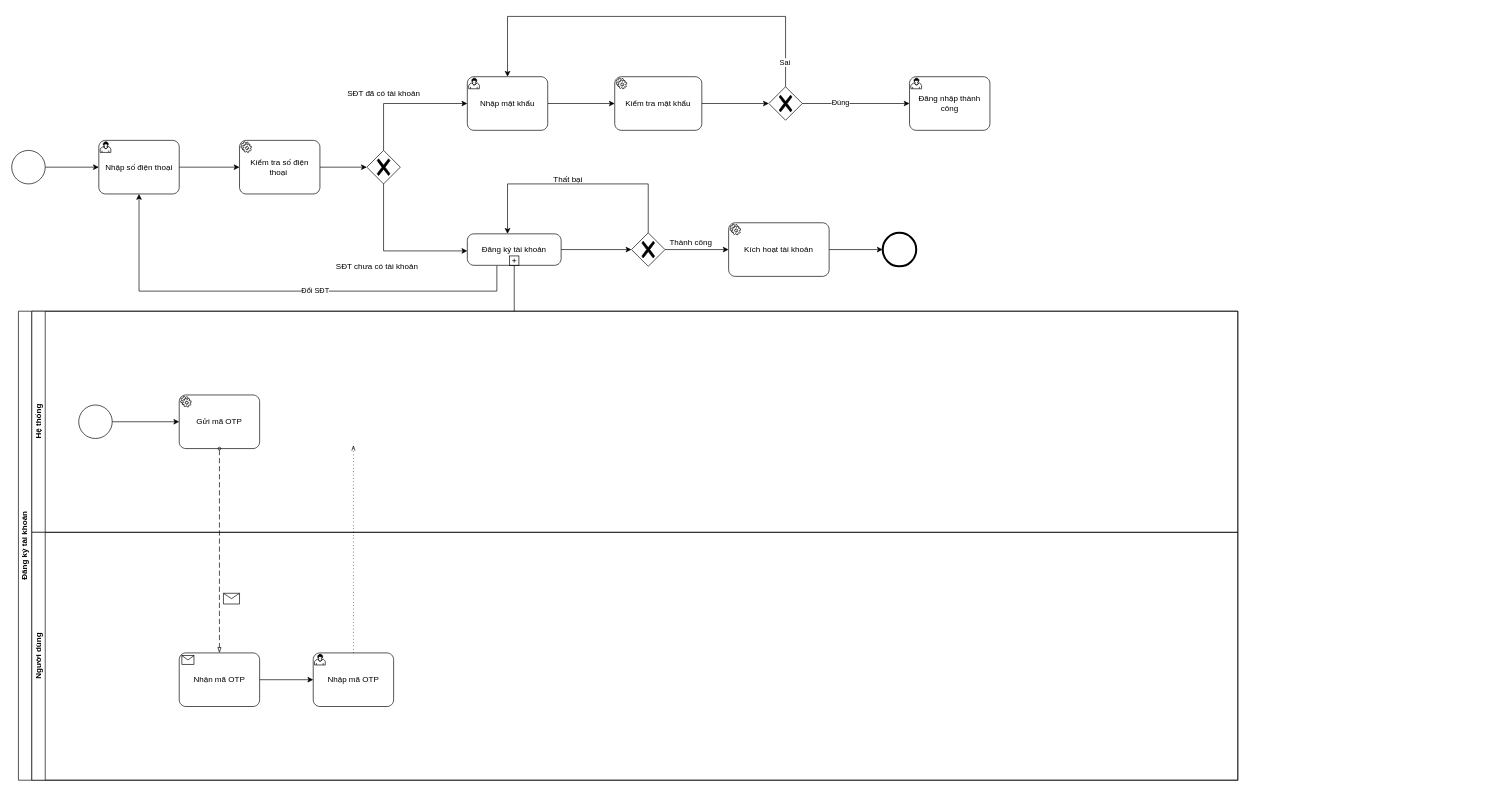
Before: page "Momo" (2 of 6) of Untitled Diagram.drawio in PanJr0109/PanJr0109, a draw.io diagram. Source tidied: cells renumbered, new cells numbered last; positions are measured from the earlier drawing's top-left corner, leaving out a move shared by most shapes. Both pictures are drawn from the tidied source at 67%, with x=0, y=0 at pixel (11, 16).
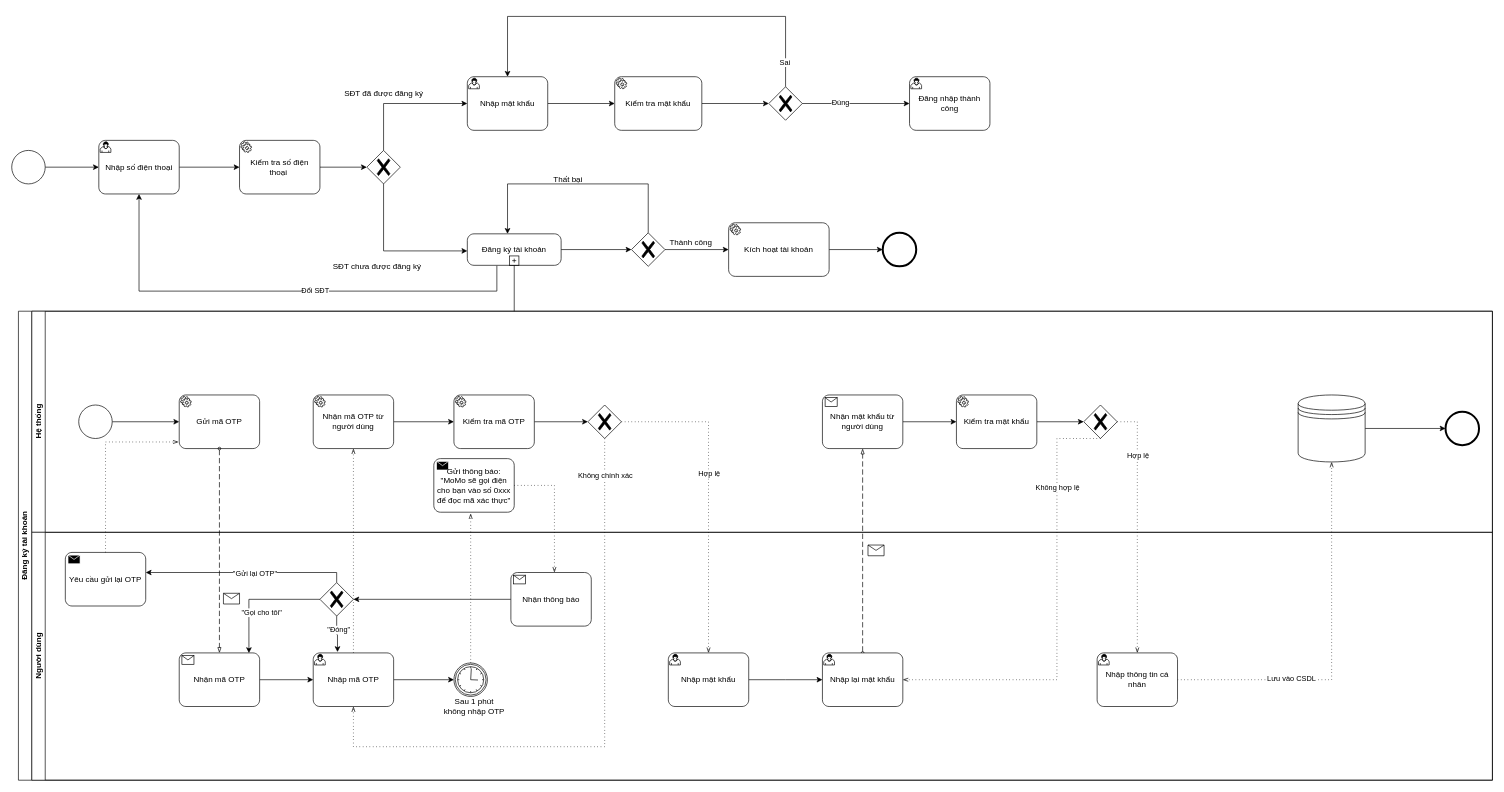
Above is the later version.

The change refers to these unchanged cells:
```xml
<mxCell id="31" value="Gửi mã OTP" style="points=[[0.25,0,0],[0.5,0,0],[0.75,0,0],[1,0.25,0],[1,0.5,0],[1,0.75,0],[0.75,1,0],[0.5,1,0],[0.25,1,0],[0,0.75,0],[0,0.5,0],[0,0.25,0]];shape=mxgraph.bpmn.task;whiteSpace=wrap;rectStyle=rounded;size=10;html=1;taskMarker=service;" parent="28" vertex="1">
  <mxGeometry x="220" y="125" width="120" height="80" as="geometry" />
</mxCell>
<mxCell id="34" value="Nhận mã OTP" style="points=[[0.25,0,0],[0.5,0,0],[0.75,0,0],[1,0.25,0],[1,0.5,0],[1,0.75,0],[0.75,1,0],[0.5,1,0],[0.25,1,0],[0,0.75,0],[0,0.5,0],[0,0.25,0]];shape=mxgraph.bpmn.task;whiteSpace=wrap;rectStyle=rounded;size=10;html=1;taskMarker=receive;" parent="32" vertex="1">
  <mxGeometry x="220" y="180" width="120" height="80" as="geometry" />
</mxCell>
<mxCell id="35" value="Nhập mã OTP" style="points=[[0.25,0,0],[0.5,0,0],[0.75,0,0],[1,0.25,0],[1,0.5,0],[1,0.75,0],[0.75,1,0],[0.5,1,0],[0.25,1,0],[0,0.75,0],[0,0.5,0],[0,0.25,0]];shape=mxgraph.bpmn.task;whiteSpace=wrap;rectStyle=rounded;size=10;html=1;taskMarker=user;" parent="32" vertex="1">
  <mxGeometry x="420" y="180" width="120" height="80" as="geometry" />
</mxCell>
```

The edit, as a diff of the source:
```diff
@@
-    <mxCell id="12" value="SĐT đã có tài khoản" style="text;html=1;align=center;verticalAlign=middle;strokeColor=none;fillColor=none;" parent="1" vertex="1">
-      <mxGeometry x="490" y="100" width="130" height="30" as="geometry" />
+    <mxCell id="12" value="SĐT đã được đăng ký" style="text;html=1;align=center;verticalAlign=middle;strokeColor=none;fillColor=none;" parent="1" vertex="1">
+      <mxGeometry x="485" y="100" width="140" height="30" as="geometry" />
     </mxCell>
-    <mxCell id="13" value="SĐT chưa có tài khoản" style="text;html=1;align=center;verticalAlign=middle;strokeColor=none;fillColor=none;" parent="1" vertex="1">
-      <mxGeometry x="470" y="358" width="150" height="30" as="geometry" />
+    <mxCell id="13" value="SĐT chưa được đăng ký" style="text;html=1;align=center;verticalAlign=middle;strokeColor=none;fillColor=none;" parent="1" vertex="1">
+      <mxGeometry x="465" y="358" width="160" height="30" as="geometry" />
     </mxCell>
@@
     <mxCell id="27" value="Đăng ký tài khoản" style="swimlane;html=1;horizontal=0;startSize=20;whiteSpace=wrap;" parent="1" vertex="1">
-      <mxGeometry x="10" y="440" width="1820" height="700" as="geometry" />
+      <mxGeometry x="10" y="440" width="2200" height="700" as="geometry" />
     </mxCell>
+    <mxCell id="47" style="edgeStyle=elbowEdgeStyle;fontSize=12;html=1;endFill=0;startFill=0;endSize=6;startSize=6;dashed=1;dashPattern=1 4;endArrow=openThin;startArrow=none;rounded=0;exitX=0.5;exitY=0;exitDx=0;exitDy=0;exitPerimeter=0;entryX=0.5;entryY=1;entryDx=0;entryDy=0;entryPerimeter=0;" parent="27" edge="1" source="35" target="55">
+      <mxGeometry relative="1" as="geometry" />
+    </mxCell>
+    <mxCell id="48" style="edgeStyle=elbowEdgeStyle;fontSize=12;html=1;endFill=0;startFill=0;endSize=6;startSize=6;dashed=1;dashPattern=1 4;endArrow=openThin;startArrow=none;rounded=0;exitX=0.5;exitY=1;exitDx=0;exitDy=0;exitPerimeter=0;entryX=0.5;entryY=1;entryDx=0;entryDy=0;entryPerimeter=0;" parent="27" edge="1" source="58" target="35">
+      <mxGeometry relative="1" as="geometry">
+        <Array as="points">
+          <mxPoint x="710" y="650" />
+          <mxPoint x="880" y="310" />
+        </Array>
+      </mxGeometry>
+    </mxCell>
+    <mxCell id="49" value="Không chính xác" style="edgeLabel;html=1;align=center;verticalAlign=middle;" parent="48" vertex="1">
+      <mxGeometry x="-0.88" relative="1" as="geometry" />
+    </mxCell>
+    <mxCell id="50" style="edgeStyle=elbowEdgeStyle;fontSize=12;html=1;endFill=0;startFill=0;endSize=6;startSize=6;dashed=1;dashPattern=1 4;endArrow=openThin;startArrow=none;rounded=0;exitX=1;exitY=0.5;exitDx=0;exitDy=0;exitPerimeter=0;entryX=0.5;entryY=0;entryDx=0;entryDy=0;entryPerimeter=0;" parent="27" edge="1" source="58" target="78">
+      <mxGeometry relative="1" as="geometry">
+        <Array as="points">
+          <mxPoint x="1030" y="360" />
+        </Array>
+      </mxGeometry>
+    </mxCell>
+    <mxCell id="51" value="Hợp lệ" style="edgeLabel;html=1;align=center;verticalAlign=middle;" parent="50" vertex="1">
+      <mxGeometry x="-0.13" y="1" relative="1" as="geometry">
+        <mxPoint x="-1" as="offset" />
+      </mxGeometry>
+    </mxCell>
+    <mxCell id="52" style="endArrow=blockThin;html=1;labelPosition=left;verticalLabelPosition=middle;align=right;verticalAlign=middle;dashed=1;dashPattern=8 4;endFill=0;startArrow=oval;startFill=0;endSize=6;startSize=4;rounded=0;exitX=0.5;exitY=0;exitDx=0;exitDy=0;exitPerimeter=0;entryX=0.5;entryY=1;entryDx=0;entryDy=0;entryPerimeter=0;" parent="27" edge="1" source="79">
+      <mxGeometry relative="1" as="geometry">
+        <mxPoint x="1260" y="205" as="targetPoint" />
+      </mxGeometry>
+    </mxCell>
+    <mxCell id="53" style="shape=message;html=1;labelPosition=left;verticalLabelPosition=middle;align=right;verticalAlign=middle;spacingRight=5;labelBackgroundColor=#ffffff;" parent="52" vertex="1">
+      <mxGeometry width="24" height="16" relative="1" as="geometry">
+        <mxPoint x="8" y="-8" as="offset" />
+      </mxGeometry>
+    </mxCell>
     <mxCell id="28" value="Hệ thống" style="swimlane;html=1;startSize=20;horizontal=0;" parent="27" vertex="1">
-      <mxGeometry x="20" width="1800" height="330" as="geometry" />
+      <mxGeometry x="20" width="2180" height="330" as="geometry" />
     </mxCell>
@@
+    <mxCell id="54" style="edgeStyle=orthogonalEdgeStyle;rounded=0;jettySize=auto;html=1;entryX=0;entryY=0.5;entryDx=0;entryDy=0;entryPerimeter=0;" parent="28" edge="1" source="55" target="57">
+      <mxGeometry relative="1" as="geometry" />
+    </mxCell>
+    <mxCell id="55" value="Nhận mã OTP từ người dùng" style="points=[[0.25,0,0],[0.5,0,0],[0.75,0,0],[1,0.25,0],[1,0.5,0],[1,0.75,0],[0.75,1,0],[0.5,1,0],[0.25,1,0],[0,0.75,0],[0,0.5,0],[0,0.25,0]];shape=mxgraph.bpmn.task;whiteSpace=wrap;rectStyle=rounded;size=10;html=1;taskMarker=service;" parent="28" vertex="1">
+      <mxGeometry x="420" y="125" width="120" height="80" as="geometry" />
+    </mxCell>
+    <mxCell id="56" style="edgeStyle=orthogonalEdgeStyle;rounded=0;jettySize=auto;html=1;entryX=0;entryY=0.5;entryDx=0;entryDy=0;entryPerimeter=0;" parent="28" edge="1" source="57" target="58">
+      <mxGeometry relative="1" as="geometry" />
+    </mxCell>
+    <mxCell id="57" value="Kiểm tra mã OTP" style="points=[[0.25,0,0],[0.5,0,0],[0.75,0,0],[1,0.25,0],[1,0.5,0],[1,0.75,0],[0.75,1,0],[0.5,1,0],[0.25,1,0],[0,0.75,0],[0,0.5,0],[0,0.25,0]];shape=mxgraph.bpmn.task;whiteSpace=wrap;rectStyle=rounded;size=10;html=1;taskMarker=service;" parent="28" vertex="1">
+      <mxGeometry x="630" y="125" width="120" height="80" as="geometry" />
+    </mxCell>
+    <mxCell id="58" style="points=[[0.25,0.25,0],[0.5,0,0],[0.75,0.25,0],[1,0.5,0],[0.75,0.75,0],[0.5,1,0],[0.25,0.75,0],[0,0.5,0]];shape=mxgraph.bpmn.gateway2;html=1;verticalLabelPosition=bottom;labelBackgroundColor=#ffffff;verticalAlign=top;align=center;perimeter=rhombusPerimeter;outlineConnect=0;outline=none;symbol=none;gwType=exclusive;" parent="28" vertex="1">
+      <mxGeometry x="830" y="140" width="50" height="50" as="geometry" />
+    </mxCell>
+    <mxCell id="59" style="edgeStyle=orthogonalEdgeStyle;rounded=0;jettySize=auto;html=1;entryX=0;entryY=0.5;entryDx=0;entryDy=0;entryPerimeter=0;" parent="28" edge="1" source="60" target="62">
+      <mxGeometry relative="1" as="geometry" />
+    </mxCell>
+    <mxCell id="60" value="Nhận mật khẩu từ người dùng" style="points=[[0.25,0,0],[0.5,0,0],[0.75,0,0],[1,0.25,0],[1,0.5,0],[1,0.75,0],[0.75,1,0],[0.5,1,0],[0.25,1,0],[0,0.75,0],[0,0.5,0],[0,0.25,0]];shape=mxgraph.bpmn.task;whiteSpace=wrap;rectStyle=rounded;size=10;html=1;taskMarker=receive;" parent="28" vertex="1">
+      <mxGeometry x="1180" y="125" width="120" height="80" as="geometry" />
+    </mxCell>
+    <mxCell id="61" style="edgeStyle=orthogonalEdgeStyle;rounded=0;jettySize=auto;html=1;" parent="28" edge="1" source="62" target="63">
+      <mxGeometry relative="1" as="geometry" />
+    </mxCell>
+    <mxCell id="62" value="Kiểm tra mật khẩu" style="points=[[0.25,0,0],[0.5,0,0],[0.75,0,0],[1,0.25,0],[1,0.5,0],[1,0.75,0],[0.75,1,0],[0.5,1,0],[0.25,1,0],[0,0.75,0],[0,0.5,0],[0,0.25,0]];shape=mxgraph.bpmn.task;whiteSpace=wrap;rectStyle=rounded;size=10;html=1;taskMarker=service;" parent="28" vertex="1">
+      <mxGeometry x="1380" y="125" width="120" height="80" as="geometry" />
+    </mxCell>
+    <mxCell id="63" style="points=[[0.25,0.25,0],[0.5,0,0],[0.75,0.25,0],[1,0.5,0],[0.75,0.75,0],[0.5,1,0],[0.25,0.75,0],[0,0.5,0]];shape=mxgraph.bpmn.gateway2;html=1;verticalLabelPosition=bottom;labelBackgroundColor=#ffffff;verticalAlign=top;align=center;perimeter=rhombusPerimeter;outlineConnect=0;outline=none;symbol=none;gwType=exclusive;" parent="28" vertex="1">
+      <mxGeometry x="1570" y="140" width="50" height="50" as="geometry" />
+    </mxCell>
+    <mxCell id="64" style="edgeStyle=orthogonalEdgeStyle;rounded=0;jettySize=auto;html=1;exitX=1;exitY=0.5;exitDx=0;exitDy=0;entryX=0;entryY=0.5;entryDx=0;entryDy=0;entryPerimeter=0;" parent="28" edge="1" source="65" target="66">
+      <mxGeometry relative="1" as="geometry" />
+    </mxCell>
+    <mxCell id="65" style="shape=datastore;html=1;labelPosition=center;verticalLabelPosition=bottom;align=center;verticalAlign=top;" parent="28" vertex="1">
+      <mxGeometry x="1890" y="125" width="100" height="100" as="geometry" />
+    </mxCell>
+    <mxCell id="66" style="points=[[0.145,0.145,0],[0.5,0,0],[0.855,0.145,0],[1,0.5,0],[0.855,0.855,0],[0.5,1,0],[0.145,0.855,0],[0,0.5,0]];shape=mxgraph.bpmn.event;html=1;verticalLabelPosition=bottom;labelBackgroundColor=#ffffff;verticalAlign=top;align=center;perimeter=ellipsePerimeter;outlineConnect=0;outline=end;symbol=terminate2;" parent="28" vertex="1">
+      <mxGeometry x="2110" y="150" width="50" height="50" as="geometry" />
+    </mxCell>
+    <mxCell id="67" value="Gửi thông báo:&lt;br&gt;&quot;MoMo sẽ gọi điện cho bạn vào số 0xxx để đọc mã xác thực&quot;" style="points=[[0.25,0,0],[0.5,0,0],[0.75,0,0],[1,0.25,0],[1,0.5,0],[1,0.75,0],[0.75,1,0],[0.5,1,0],[0.25,1,0],[0,0.75,0],[0,0.5,0],[0,0.25,0]];shape=mxgraph.bpmn.task;whiteSpace=wrap;rectStyle=rounded;size=10;html=1;taskMarker=send;" parent="28" vertex="1">
+      <mxGeometry x="600" y="220" width="120" height="80" as="geometry" />
+    </mxCell>
+    <mxCell id="68" style="edgeStyle=elbowEdgeStyle;fontSize=12;html=1;endFill=0;startFill=0;endSize=6;startSize=6;dashed=1;dashPattern=1 4;endArrow=openThin;startArrow=none;rounded=0;exitX=1;exitY=0.5;exitDx=0;exitDy=0;exitPerimeter=0;" parent="27" edge="1" source="63">
+      <mxGeometry relative="1" as="geometry">
+        <mxPoint x="1670" y="510" as="targetPoint" />
+        <Array as="points">
+          <mxPoint x="1670" y="200" />
+        </Array>
+      </mxGeometry>
+    </mxCell>
+    <mxCell id="69" value="Hợp lệ" style="edgeLabel;html=1;align=center;verticalAlign=middle;" parent="68" vertex="1">
+      <mxGeometry x="-0.58" relative="1" as="geometry" />
+    </mxCell>
+    <mxCell id="70" style="edgeStyle=elbowEdgeStyle;fontSize=12;html=1;endFill=0;startFill=0;endSize=6;startSize=6;dashed=1;dashPattern=1 4;endArrow=openThin;startArrow=none;rounded=0;exitX=0.5;exitY=1;exitDx=0;exitDy=0;exitPerimeter=0;entryX=1;entryY=0.5;entryDx=0;entryDy=0;entryPerimeter=0;" parent="27" edge="1" source="63" target="79">
+      <mxGeometry relative="1" as="geometry">
+        <Array as="points">
+          <mxPoint x="1550" y="230" />
+          <mxPoint x="1480" y="360" />
+          <mxPoint x="1680" y="210" />
+        </Array>
+      </mxGeometry>
+    </mxCell>
+    <mxCell id="71" value="Không hợp lệ" style="edgeLabel;html=1;align=center;verticalAlign=middle;" parent="70" vertex="1">
+      <mxGeometry x="-0.58" relative="1" as="geometry" />
+    </mxCell>
+    <mxCell id="72" style="edgeStyle=elbowEdgeStyle;fontSize=12;html=1;endFill=0;startFill=0;endSize=6;startSize=6;dashed=1;dashPattern=1 4;endArrow=openThin;startArrow=none;rounded=0;exitX=1;exitY=0.5;exitDx=0;exitDy=0;exitPerimeter=0;entryX=0.5;entryY=1;entryDx=0;entryDy=0;" parent="27" edge="1" source="80" target="65">
+      <mxGeometry relative="1" as="geometry">
+        <Array as="points">
+          <mxPoint x="1960" y="350" />
+        </Array>
+      </mxGeometry>
+    </mxCell>
+    <mxCell id="73" value="Lưu vào CSDL" style="edgeLabel;html=1;align=center;verticalAlign=middle;" parent="72" vertex="1">
+      <mxGeometry x="-0.39" y="2" relative="1" as="geometry" />
+    </mxCell>
+    <mxCell id="74" style="edgeStyle=elbowEdgeStyle;fontSize=12;html=1;endFill=0;startFill=0;endSize=6;startSize=6;dashed=1;dashPattern=1 4;endArrow=openThin;startArrow=none;rounded=0;exitX=0.5;exitY=0;exitDx=0;exitDy=0;exitPerimeter=0;entryX=0.459;entryY=1.025;entryDx=0;entryDy=0;entryPerimeter=0;" parent="27" edge="1" source="81" target="67">
+      <mxGeometry relative="1" as="geometry" />
+    </mxCell>
+    <mxCell id="75" style="edgeStyle=elbowEdgeStyle;fontSize=12;html=1;endFill=0;startFill=0;endSize=6;startSize=6;dashed=1;dashPattern=1 4;endArrow=openThin;startArrow=none;rounded=0;exitX=1;exitY=0.5;exitDx=0;exitDy=0;exitPerimeter=0;entryX=0.546;entryY=-0.002;entryDx=0;entryDy=0;entryPerimeter=0;" parent="27" edge="1" source="67" target="84">
+      <mxGeometry relative="1" as="geometry">
+        <Array as="points">
+          <mxPoint x="800" y="390" />
+          <mxPoint x="800" y="300" />
+        </Array>
+      </mxGeometry>
+    </mxCell>
     <mxCell id="32" value="Người dùng" style="swimlane;html=1;startSize=20;horizontal=0;" parent="27" vertex="1">
-      <mxGeometry x="20" y="330" width="1800" height="370" as="geometry" />
+      <mxGeometry x="20" y="330" width="2180" height="370" as="geometry" />
     </mxCell>
@@
+    <mxCell id="76" style="edgeStyle=orthogonalEdgeStyle;rounded=0;jettySize=auto;html=1;exitX=1;exitY=0.5;exitDx=0;exitDy=0;exitPerimeter=0;entryX=0;entryY=0.5;entryDx=0;entryDy=0;entryPerimeter=0;" parent="32" edge="1" source="35" target="81">
+      <mxGeometry relative="1" as="geometry" />
+    </mxCell>
@@
+    <mxCell id="77" style="edgeStyle=orthogonalEdgeStyle;rounded=0;jettySize=auto;html=1;" parent="32" edge="1" source="78">
+      <mxGeometry relative="1" as="geometry">
+        <mxPoint x="1180" y="220" as="targetPoint" />
+      </mxGeometry>
+    </mxCell>
+    <mxCell id="78" value="Nhập mật khẩu" style="points=[[0.25,0,0],[0.5,0,0],[0.75,0,0],[1,0.25,0],[1,0.5,0],[1,0.75,0],[0.75,1,0],[0.5,1,0],[0.25,1,0],[0,0.75,0],[0,0.5,0],[0,0.25,0]];shape=mxgraph.bpmn.task;whiteSpace=wrap;rectStyle=rounded;size=10;html=1;taskMarker=user;" parent="32" vertex="1">
+      <mxGeometry x="950" y="180" width="120" height="80" as="geometry" />
+    </mxCell>
+    <mxCell id="79" value="Nhập lại mật khẩu" style="points=[[0.25,0,0],[0.5,0,0],[0.75,0,0],[1,0.25,0],[1,0.5,0],[1,0.75,0],[0.75,1,0],[0.5,1,0],[0.25,1,0],[0,0.75,0],[0,0.5,0],[0,0.25,0]];shape=mxgraph.bpmn.task;whiteSpace=wrap;rectStyle=rounded;size=10;html=1;taskMarker=user;" parent="32" vertex="1">
+      <mxGeometry x="1180" y="180" width="120" height="80" as="geometry" />
+    </mxCell>
+    <mxCell id="80" value="Nhập thông tin cá nhân" style="points=[[0.25,0,0],[0.5,0,0],[0.75,0,0],[1,0.25,0],[1,0.5,0],[1,0.75,0],[0.75,1,0],[0.5,1,0],[0.25,1,0],[0,0.75,0],[0,0.5,0],[0,0.25,0]];shape=mxgraph.bpmn.task;whiteSpace=wrap;rectStyle=rounded;size=10;html=1;taskMarker=user;" parent="32" vertex="1">
+      <mxGeometry x="1590" y="180" width="120" height="80" as="geometry" />
+    </mxCell>
+    <mxCell id="81" style="points=[[0.145,0.145,0],[0.5,0,0],[0.855,0.145,0],[1,0.5,0],[0.855,0.855,0],[0.5,1,0],[0.145,0.855,0],[0,0.5,0]];shape=mxgraph.bpmn.event;html=1;verticalLabelPosition=bottom;labelBackgroundColor=#ffffff;verticalAlign=top;align=center;perimeter=ellipsePerimeter;outlineConnect=0;outline=catching;symbol=timer;" parent="32" vertex="1">
+      <mxGeometry x="630" y="195" width="50" height="50" as="geometry" />
+    </mxCell>
+    <mxCell id="82" value="Sau 1 phút &lt;br&gt;không nhập OTP" style="text;html=1;align=center;verticalAlign=middle;strokeColor=none;fillColor=none;" parent="32" vertex="1">
+      <mxGeometry x="605" y="240" width="110" height="40" as="geometry" />
+    </mxCell>
+    <mxCell id="83" style="edgeStyle=orthogonalEdgeStyle;rounded=0;jettySize=auto;html=1;exitX=0;exitY=0.5;exitDx=0;exitDy=0;exitPerimeter=0;entryX=1;entryY=0.5;entryDx=0;entryDy=0;entryPerimeter=0;" parent="32" edge="1" source="84" target="91">
+      <mxGeometry relative="1" as="geometry" />
+    </mxCell>
+    <mxCell id="84" value="Nhận thông báo" style="points=[[0.25,0,0],[0.5,0,0],[0.75,0,0],[1,0.25,0],[1,0.5,0],[1,0.75,0],[0.75,1,0],[0.5,1,0],[0.25,1,0],[0,0.75,0],[0,0.5,0],[0,0.25,0]];shape=mxgraph.bpmn.task;whiteSpace=wrap;rectStyle=rounded;size=10;html=1;taskMarker=receive;" parent="32" vertex="1">
+      <mxGeometry x="715" y="60" width="120" height="80" as="geometry" />
+    </mxCell>
+    <mxCell id="85" style="edgeStyle=orthogonalEdgeStyle;rounded=0;jettySize=auto;html=1;entryX=0.302;entryY=-0.016;entryDx=0;entryDy=0;entryPerimeter=0;" parent="32" edge="1" source="91" target="35">
+      <mxGeometry relative="1" as="geometry" />
+    </mxCell>
+    <mxCell id="86" value="&quot;Đóng&quot;" style="edgeLabel;html=1;align=center;verticalAlign=middle;" parent="85" vertex="1">
+      <mxGeometry x="-0.26" y="2" relative="1" as="geometry" />
+    </mxCell>
+    <mxCell id="87" style="edgeStyle=orthogonalEdgeStyle;rounded=0;jettySize=auto;html=1;entryX=0.867;entryY=0.003;entryDx=0;entryDy=0;entryPerimeter=0;" parent="32" edge="1" source="91" target="34">
+      <mxGeometry relative="1" as="geometry" />
+    </mxCell>
+    <mxCell id="88" value="&quot;Gọi cho tôi&quot;" style="edgeLabel;html=1;align=center;verticalAlign=middle;" parent="87" vertex="1">
+      <mxGeometry x="0.03" y="-2" relative="1" as="geometry">
+        <mxPoint x="8" y="21" as="offset" />
+      </mxGeometry>
+    </mxCell>
+    <mxCell id="89" style="edgeStyle=orthogonalEdgeStyle;rounded=0;jettySize=auto;html=1;" parent="32" edge="1" source="91">
+      <mxGeometry relative="1" as="geometry">
+        <mxPoint x="170" y="60" as="targetPoint" />
+        <Array as="points">
+          <mxPoint x="455" y="60" />
+        </Array>
+      </mxGeometry>
+    </mxCell>
+    <mxCell id="90" value="&quot;Gửi lại OTP&quot;" style="edgeLabel;html=1;align=center;verticalAlign=middle;" parent="89" vertex="1">
+      <mxGeometry x="-0.08" relative="1" as="geometry" />
+    </mxCell>
+    <mxCell id="91" style="points=[[0.25,0.25,0],[0.5,0,0],[0.75,0.25,0],[1,0.5,0],[0.75,0.75,0],[0.5,1,0],[0.25,0.75,0],[0,0.5,0]];shape=mxgraph.bpmn.gateway2;html=1;verticalLabelPosition=bottom;labelBackgroundColor=#ffffff;verticalAlign=top;align=center;perimeter=rhombusPerimeter;outlineConnect=0;outline=none;symbol=none;gwType=exclusive;" parent="32" vertex="1">
+      <mxGeometry x="430" y="75" width="50" height="50" as="geometry" />
+    </mxCell>
+    <mxCell id="92" value="Yêu cầu gửi lại OTP" style="points=[[0.25,0,0],[0.5,0,0],[0.75,0,0],[1,0.25,0],[1,0.5,0],[1,0.75,0],[0.75,1,0],[0.5,1,0],[0.25,1,0],[0,0.75,0],[0,0.5,0],[0,0.25,0]];shape=mxgraph.bpmn.task;whiteSpace=wrap;rectStyle=rounded;size=10;html=1;taskMarker=send;" parent="32" vertex="1">
+      <mxGeometry x="50" y="30" width="120" height="80" as="geometry" />
+    </mxCell>
+    <mxCell id="93" style="edgeStyle=elbowEdgeStyle;fontSize=12;html=1;endFill=0;startFill=0;endSize=6;startSize=6;dashed=1;dashPattern=1 4;endArrow=openThin;startArrow=none;rounded=0;exitX=0.5;exitY=0;exitDx=0;exitDy=0;exitPerimeter=0;entryX=-0.01;entryY=0.877;entryDx=0;entryDy=0;entryPerimeter=0;" parent="27" edge="1" source="92" target="31">
+      <mxGeometry relative="1" as="geometry">
+        <Array as="points">
+          <mxPoint x="130" y="280" />
+        </Array>
+      </mxGeometry>
+    </mxCell>
@@
-    <mxCell id="47" style="edgeStyle=elbowEdgeStyle;fontSize=12;html=1;endFill=0;startFill=0;endSize=6;startSize=6;dashed=1;dashPattern=1 4;endArrow=openThin;startArrow=none;rounded=0;exitX=0.5;exitY=0;exitDx=0;exitDy=0;exitPerimeter=0;" parent="1" edge="1" source="35">
-      <mxGeometry relative="1" as="geometry">
-        <mxPoint x="510" y="640" as="targetPoint" />
-      </mxGeometry>
-    </mxCell>
```
